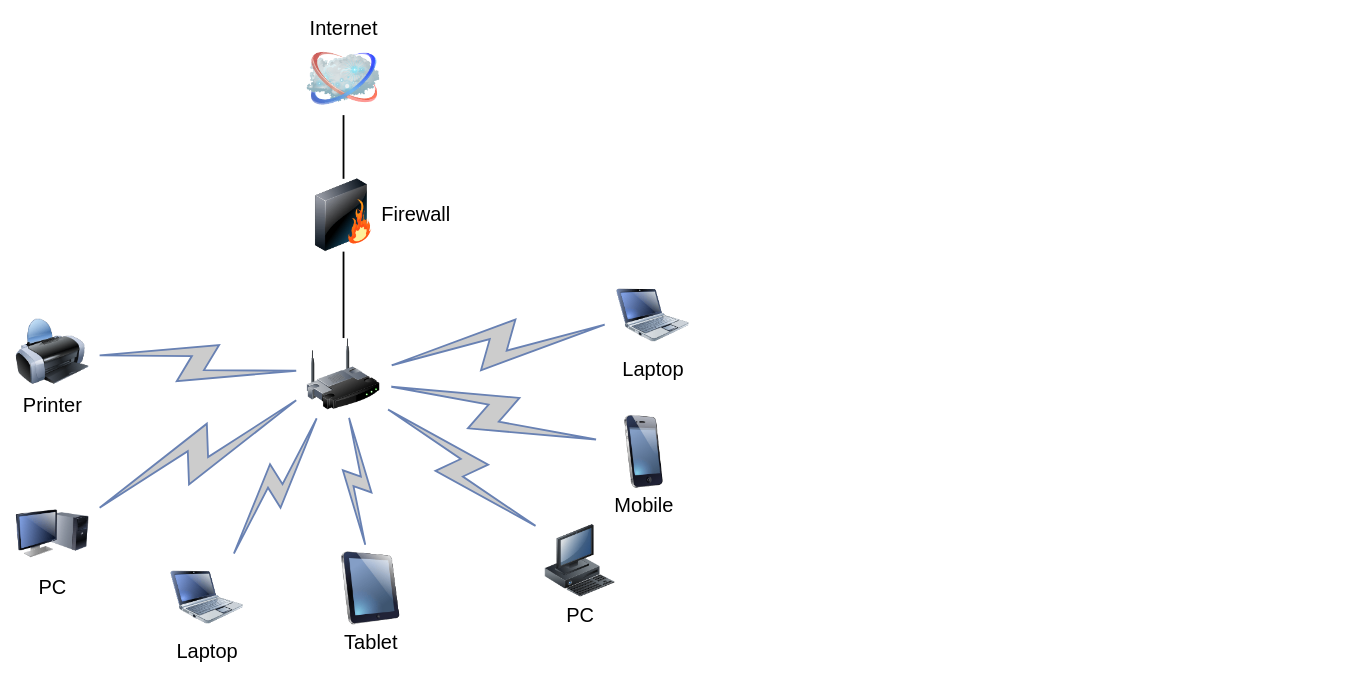
Above: technology_memo/images/DrowIO/Untitled Diagram.drawio in legitwhiz/legitwhiz.github.io (draw.io), before the change. Source tidied: cells renumbered, new cells numbered last; positions are measured from the earlier drawing's top-left corner, leaving out a move shared by most shapes. Both pictures are drawn from the tidied source at 91%, with x=0, y=0 at pixel (15, 42).
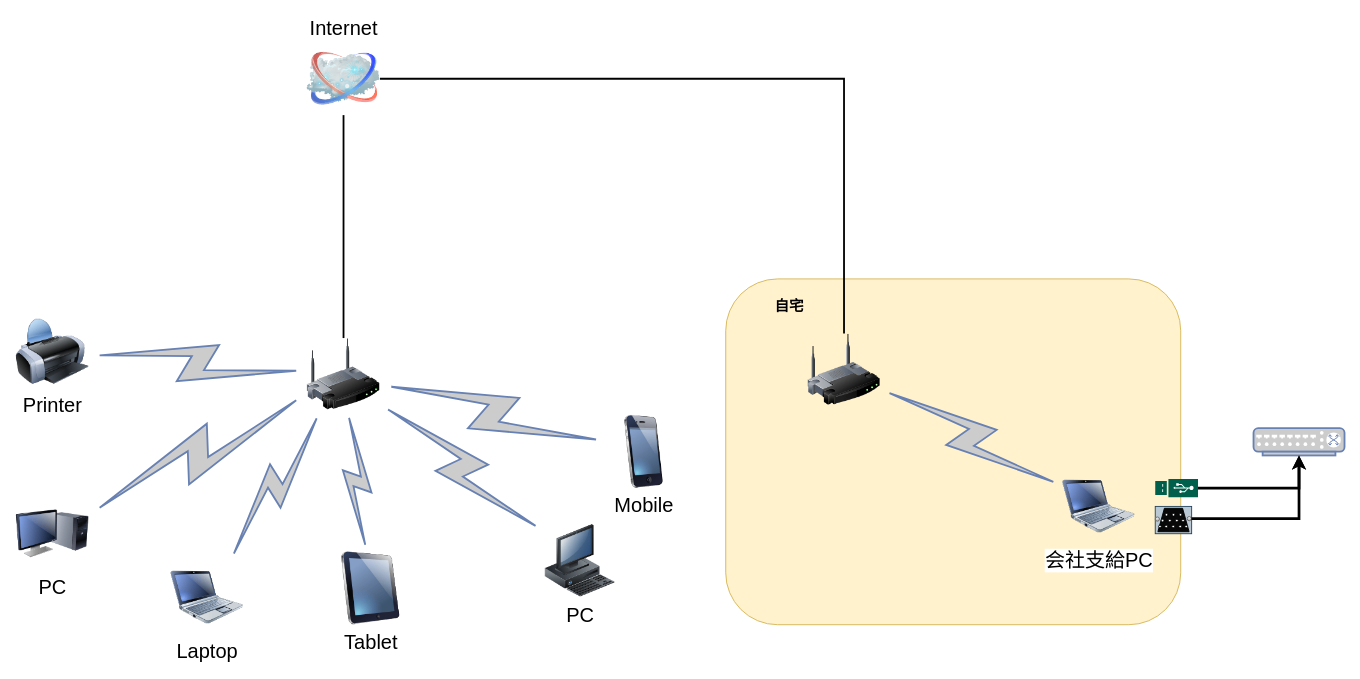
After the change.

Unchanged cells that the change refers to:
```xml
<mxCell id="3" style="image;html=1;labelBackgroundColor=#ffffff;image=img/lib/clip_art/networking/Wireless_Router_128x128.png;rounded=1;shadow=0;comic=0;strokeWidth=2;fontSize=22;" parent="1" vertex="1">
  <mxGeometry x="320" y="325" width="80" height="80" as="geometry" />
</mxCell>
<mxCell id="4" value="Internet" style="image;html=1;labelBackgroundColor=#ffffff;image=img/lib/clip_art/networking/Cloud_128x128.png;rounded=1;shadow=0;comic=0;strokeWidth=2;fontSize=22;labelPosition=center;verticalLabelPosition=top;align=center;verticalAlign=bottom;" parent="1" vertex="1">
  <mxGeometry x="320" width="80" height="80" as="geometry" />
</mxCell>
```

Diff of the diagram source:
```diff
@@
-    <mxCell id="2" style="edgeStyle=none;rounded=0;html=1;labelBackgroundColor=none;endArrow=none;strokeWidth=2;fontFamily=Verdana;fontSize=22;" parent="1" edge="1" source="3" target="6">
-      <mxGeometry relative="1" as="geometry" />
-    </mxCell>
+    <mxCell id="21" style="rounded=1;whiteSpace=wrap;html=1;fillColor=#fff2cc;strokeColor=#d6b656;" parent="1" vertex="1">
+      <mxGeometry x="780" y="260" width="500" height="380" as="geometry" />
+    </mxCell>
@@
-    <mxCell id="5" style="edgeStyle=none;rounded=0;html=1;labelBackgroundColor=none;endArrow=none;strokeWidth=2;fontFamily=Verdana;fontSize=22;" parent="1" edge="1" source="6" target="4">
+    <mxCell id="5" style="edgeStyle=none;rounded=0;html=1;labelBackgroundColor=none;endArrow=none;strokeWidth=2;fontFamily=Verdana;fontSize=22;" parent="1" edge="1" source="3" target="4">
       <mxGeometry relative="1" as="geometry" />
     </mxCell>
-    <mxCell id="6" value="Firewall" style="image;html=1;labelBackgroundColor=#ffffff;image=img/lib/clip_art/networking/Firewall_128x128.png;rounded=1;shadow=0;comic=0;strokeWidth=2;fontSize=22;labelPosition=right;verticalLabelPosition=middle;align=left;verticalAlign=middle;" parent="1" vertex="1">
-      <mxGeometry x="320" y="150" width="80" height="80" as="geometry" />
-    </mxCell>
@@
-    <mxCell id="12" value="Laptop" style="image;html=1;labelBackgroundColor=#ffffff;image=img/lib/clip_art/computers/Netbook_128x128.png;rounded=1;shadow=0;comic=0;strokeColor=#000000;strokeWidth=2;fillColor=#FFFFFF;fontSize=22;fontColor=#000000;" parent="1" vertex="1">
-      <mxGeometry x="660" y="260" width="80" height="80" as="geometry" />
+    <mxCell id="12" value="会社支給PC" style="image;html=1;labelBackgroundColor=#ffffff;image=img/lib/clip_art/computers/Netbook_128x128.png;rounded=1;shadow=0;comic=0;strokeColor=#000000;strokeWidth=2;fillColor=#FFFFFF;fontSize=22;fontColor=#000000;" parent="1" vertex="1">
+      <mxGeometry x="1150" y="470" width="80" height="80" as="geometry" />
     </mxCell>
@@
-    <mxCell id="20" style="html=1;fillColor=#CCCCCC;strokeColor=#6881B3;gradientColor=none;gradientDirection=north;strokeWidth=2;shape=mxgraph.networks.comm_link_edge;html=1;labelBackgroundColor=none;endArrow=none;fontFamily=Verdana;fontSize=22;fontColor=#000000;" parent="1" edge="1" source="12" target="3">
+    <mxCell id="20" style="html=1;fillColor=#CCCCCC;strokeColor=#6881B3;gradientColor=none;gradientDirection=north;strokeWidth=2;shape=mxgraph.networks.comm_link_edge;html=1;labelBackgroundColor=none;endArrow=none;fontFamily=Verdana;fontSize=22;fontColor=#000000;entryX=1;entryY=0.75;entryDx=0;entryDy=0;" parent="1" edge="1" source="12" target="23">
       <mxGeometry relative="1" as="geometry" />
     </mxCell>
+    <mxCell id="22" style="edgeStyle=none;rounded=0;html=1;labelBackgroundColor=none;endArrow=none;strokeWidth=2;fontFamily=Verdana;fontSize=22;entryX=1;entryY=0.5;entryDx=0;entryDy=0;exitX=0.5;exitY=0;exitDx=0;exitDy=0;" parent="1" edge="1" source="23" target="4">
+      <mxGeometry relative="1" as="geometry">
+        <Array as="points">
+          <mxPoint x="910" y="40" />
+        </Array>
+      </mxGeometry>
+    </mxCell>
+    <mxCell id="23" style="image;html=1;labelBackgroundColor=#ffffff;image=img/lib/clip_art/networking/Wireless_Router_128x128.png;rounded=1;shadow=0;comic=0;strokeWidth=2;fontSize=22;" parent="1" vertex="1">
+      <mxGeometry x="870" y="320" width="80" height="80" as="geometry" />
+    </mxCell>
+    <mxCell id="24" value="自宅" style="rounded=0;whiteSpace=wrap;html=1;strokeColor=none;fillColor=none;fontStyle=1;fontSize=16;" parent="1" vertex="1">
+      <mxGeometry x="790" y="260" width="120" height="60" as="geometry" />
+    </mxCell>
+    <mxCell id="25" style="fontColor=#0066CC;verticalAlign=top;verticalLabelPosition=bottom;labelPosition=center;align=center;html=1;outlineConnect=0;fillColor=#CCCCCC;strokeColor=#6881B3;gradientColor=none;gradientDirection=north;strokeWidth=2;shape=mxgraph.networks.switch;" parent="1" vertex="1">
+      <mxGeometry x="1360" y="424" width="100" height="30" as="geometry" />
+    </mxCell>
+    <mxCell id="26" style="edgeStyle=orthogonalEdgeStyle;rounded=0;jettySize=auto;html=1;fontSize=16;strokeWidth=3;" parent="1" edge="1" source="27" target="25">
+      <mxGeometry relative="1" as="geometry" />
+    </mxCell>
+    <mxCell id="27" style="shadow=0;dashed=0;html=1;strokeColor=none;fillColor=#005F4B;labelPosition=center;verticalLabelPosition=bottom;verticalAlign=top;align=center;outlineConnect=0;shape=mxgraph.veeam2.usb_drive;fontSize=16;direction=west;" parent="1" vertex="1">
+      <mxGeometry x="1252" y="480" width="47" height="20" as="geometry" />
+    </mxCell>
+    <mxCell id="28" style="group;" parent="1" vertex="1">
+      <mxGeometry x="1252" y="510" width="40" height="30" as="geometry" />
+    </mxCell>
+    <mxCell id="29" style="group;" parent="28" vertex="1">
+      <mxGeometry width="40" height="30" as="geometry" />
+    </mxCell>
+    <mxCell id="30" style="group;" parent="29" vertex="1">
+      <mxGeometry width="40" height="30" as="geometry" />
+    </mxCell>
+    <mxCell id="31" style="group;" parent="30" vertex="1">
+      <mxGeometry width="40" height="30" as="geometry" />
+    </mxCell>
+    <mxCell id="32" style="rounded=0;whiteSpace=wrap;html=1;fillColor=#bac8d3;fontSize=16;strokeColor=#23445d;" parent="31" vertex="1">
+      <mxGeometry width="40" height="30" as="geometry" />
+    </mxCell>
+    <mxCell id="33" style="shape=trapezoid;perimeter=trapezoidPerimeter;whiteSpace=wrap;html=1;fixedSize=1;fontSize=16;fillColor=#080808;size=7.142857142856883;" parent="31" vertex="1">
+      <mxGeometry x="2.9" y="2.1" width="34.3" height="25.7" as="geometry" />
+    </mxCell>
+    <mxCell id="34" style="ellipse;whiteSpace=wrap;html=1;fontSize=16;" parent="31" vertex="1">
+      <mxGeometry x="10.9" y="7.7" width="2.9" height="2.9" as="geometry" />
+    </mxCell>
+    <mxCell id="35" style="ellipse;whiteSpace=wrap;html=1;fontSize=16;" parent="31" vertex="1">
+      <mxGeometry x="18.6" y="7.7" width="2.9" height="2.9" as="geometry" />
+    </mxCell>
+    <mxCell id="36" style="ellipse;whiteSpace=wrap;html=1;fontSize=16;" parent="31" vertex="1">
+      <mxGeometry x="26.3" y="7.7" width="2.9" height="2.9" as="geometry" />
+    </mxCell>
+    <mxCell id="37" style="ellipse;whiteSpace=wrap;html=1;fontSize=16;" parent="31" vertex="1">
+      <mxGeometry x="6.6" y="14.1" width="2.9" height="2.9" as="geometry" />
+    </mxCell>
+    <mxCell id="38" style="ellipse;whiteSpace=wrap;html=1;fontSize=16;" parent="31" vertex="1">
+      <mxGeometry x="14.6" y="14.1" width="2.9" height="2.9" as="geometry" />
+    </mxCell>
+    <mxCell id="39" style="ellipse;whiteSpace=wrap;html=1;fontSize=16;" parent="31" vertex="1">
+      <mxGeometry x="22.3" y="14.1" width="2.9" height="2.9" as="geometry" />
+    </mxCell>
+    <mxCell id="40" style="ellipse;whiteSpace=wrap;html=1;fontSize=16;" parent="31" vertex="1">
+      <mxGeometry x="29.1" y="14.1" width="2.9" height="2.9" as="geometry" />
+    </mxCell>
+    <mxCell id="41" style="ellipse;whiteSpace=wrap;html=1;fontSize=16;" parent="31" vertex="1">
+      <mxGeometry x="10.6" y="20.6" width="2.9" height="2.9" as="geometry" />
+    </mxCell>
+    <mxCell id="42" style="ellipse;whiteSpace=wrap;html=1;fontSize=16;" parent="31" vertex="1">
+      <mxGeometry x="18.3" y="20.6" width="2.9" height="2.9" as="geometry" />
+    </mxCell>
+    <mxCell id="43" style="ellipse;whiteSpace=wrap;html=1;fontSize=16;" parent="31" vertex="1">
+      <mxGeometry x="26" y="20.6" width="2.9" height="2.9" as="geometry" />
+    </mxCell>
+    <mxCell id="44" style="ellipse;whiteSpace=wrap;html=1;fontSize=16;" parent="31" vertex="1">
+      <mxGeometry x="3.7" y="20.6" width="2.9" height="2.9" as="geometry" />
+    </mxCell>
+    <mxCell id="45" style="ellipse;whiteSpace=wrap;html=1;fontSize=16;" parent="31" vertex="1">
+      <mxGeometry x="32.6" y="20.6" width="2.9" height="2.9" as="geometry" />
+    </mxCell>
+    <mxCell id="46" style="ellipse;whiteSpace=wrap;html=1;fontSize=16;fillColor=#f5f5f5;strokeColor=#666666;gradientColor=#b3b3b3;" parent="31" vertex="1">
+      <mxGeometry y="11.6" width="4.6" height="4.6" as="geometry" />
+    </mxCell>
+    <mxCell id="47" style="ellipse;whiteSpace=wrap;html=1;fontSize=16;fillColor=#f5f5f5;strokeColor=#666666;gradientColor=#b3b3b3;" parent="31" vertex="1">
+      <mxGeometry x="35.1" y="11.1" width="4.6" height="4.6" as="geometry" />
+    </mxCell>
+    <mxCell id="48" style="edgeStyle=orthogonalEdgeStyle;rounded=0;jettySize=auto;html=1;fontSize=16;strokeWidth=3;" parent="1" edge="1" source="47" target="25">
+      <mxGeometry relative="1" as="geometry" />
+    </mxCell>
```
